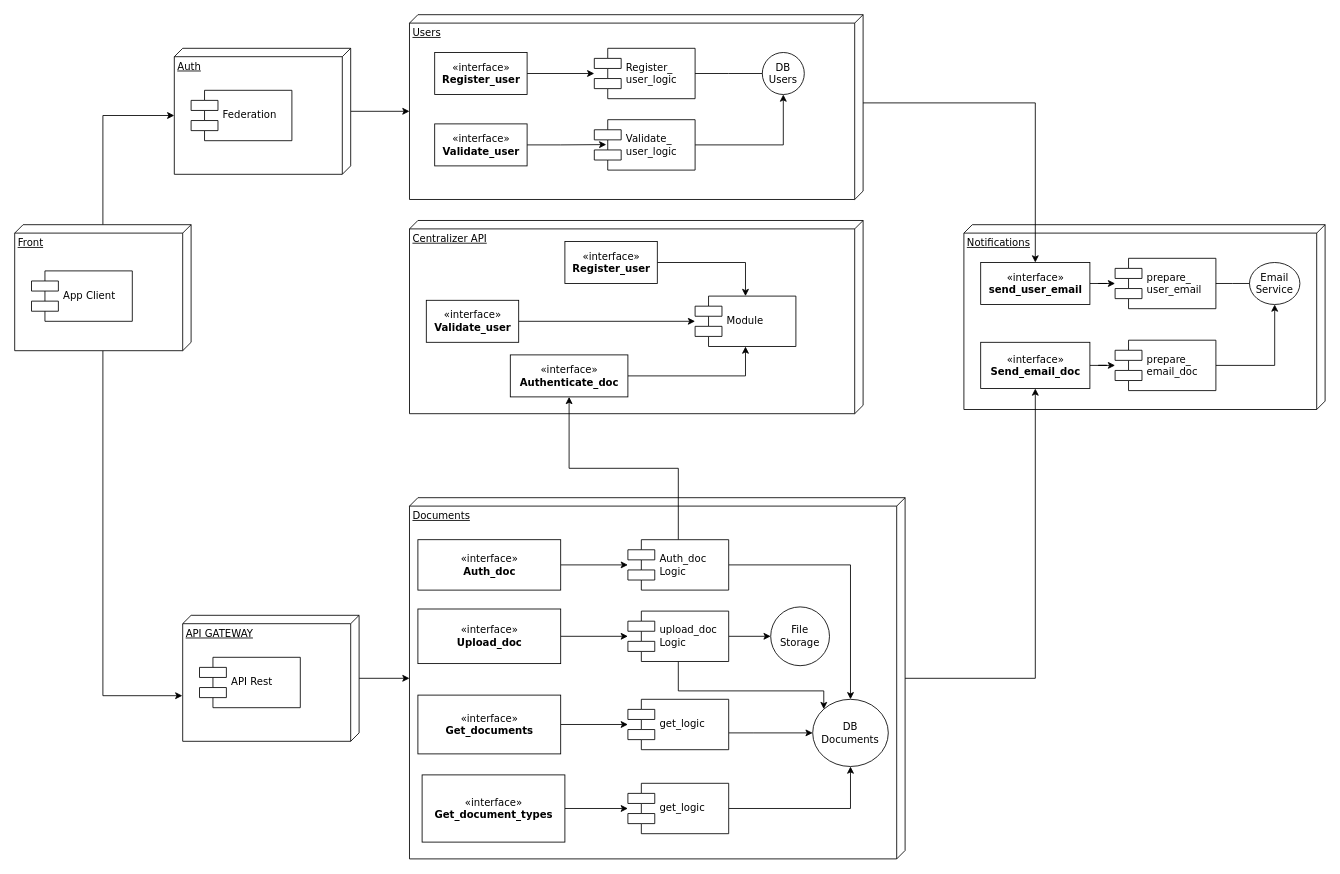
This is diagrams/componentes-folder-3000.drawio from DanielBL210/sd-carpeta-ciudadana, a draw.io file, before an edit. Source tidied: cells renumbered, new cells numbered last; positions are measured from the earlier drawing's top-left corner, leaving out a move shared by most shapes. Both pictures are drawn from the tidied source at 84%, with x=0, y=0 at pixel (14, 14).
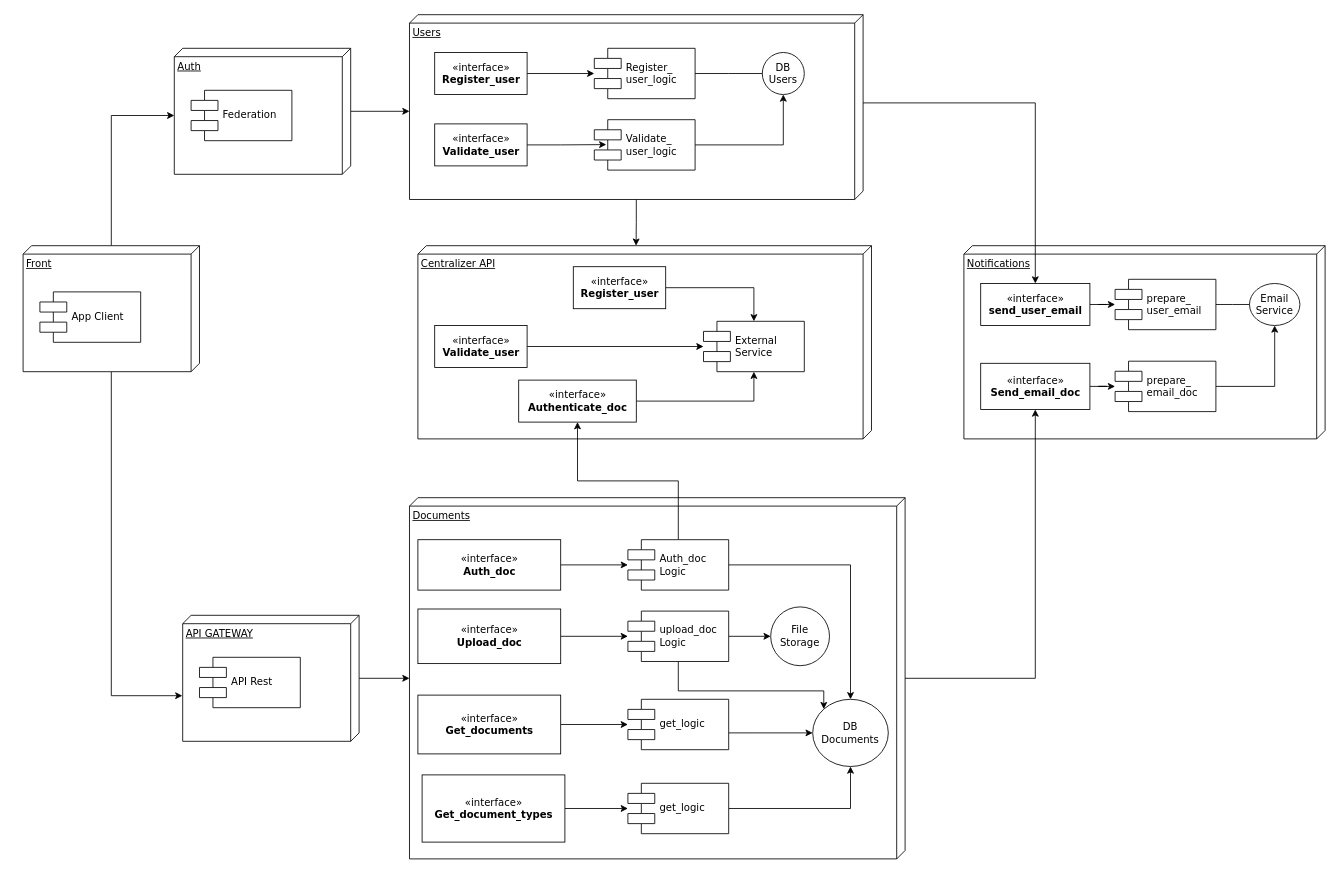
The same diagram, later.

Commit message (it also covers changes not shown here):
Se actualizan diagramas

The change refers to these unchanged cells:
```xml
<mxCell id="9" value="Users" style="verticalAlign=top;align=left;spacingTop=8;spacingLeft=2;spacingRight=12;shape=cube;size=10;direction=south;fontStyle=4;html=1;rounded=0;shadow=0;comic=0;labelBackgroundColor=none;strokeWidth=1;fontFamily=Verdana;fontSize=12;" parent="1" vertex="1">
  <mxGeometry x="470" width="540" height="220" as="geometry" />
</mxCell>
```

Change to the diagram source:
```diff
@@
     <mxCell id="4" value="Front" style="verticalAlign=top;align=left;spacingTop=8;spacingLeft=2;spacingRight=12;shape=cube;size=10;direction=south;fontStyle=4;html=1;rounded=0;shadow=0;comic=0;labelBackgroundColor=none;strokeWidth=1;fontFamily=Verdana;fontSize=12;" parent="1" vertex="1">
-      <mxGeometry y="250" width="210" height="150" as="geometry" />
+      <mxGeometry x="10" y="275" width="210" height="150" as="geometry" />
     </mxCell>
     <mxCell id="5" value="App Client" style="shape=component;align=left;spacingLeft=36;rounded=0;shadow=0;comic=0;labelBackgroundColor=none;strokeWidth=1;fontFamily=Verdana;fontSize=12;html=1;" parent="1" vertex="1">
-      <mxGeometry x="20" y="305" width="120" height="60" as="geometry" />
+      <mxGeometry x="30" y="330" width="120" height="60" as="geometry" />
     </mxCell>
@@
+    <mxCell id="63" style="edgeStyle=orthogonalEdgeStyle;rounded=0;jettySize=auto;html=1;entryX=0;entryY=0.519;entryDx=0;entryDy=0;entryPerimeter=0;" parent="1" edge="1" source="9" target="17">
+      <mxGeometry relative="1" as="geometry" />
+    </mxCell>
@@
     <mxCell id="17" value="Centralizer API" style="verticalAlign=top;align=left;spacingTop=8;spacingLeft=2;spacingRight=12;shape=cube;size=10;direction=south;fontStyle=4;html=1;rounded=0;shadow=0;comic=0;labelBackgroundColor=none;strokeWidth=1;fontFamily=Verdana;fontSize=12;" parent="1" vertex="1">
-      <mxGeometry x="470" y="245" width="540" height="230" as="geometry" />
+      <mxGeometry x="480" y="275" width="540" height="230" as="geometry" />
     </mxCell>
@@
     <mxCell id="19" value="«interface»&lt;br&gt;&lt;b&gt;Register_user&lt;/b&gt;" style="html=1;rounded=0;shadow=0;comic=0;labelBackgroundColor=none;strokeWidth=1;fontFamily=Verdana;fontSize=12;align=center;" parent="1" vertex="1">
-      <mxGeometry x="655" y="270" width="110" height="50" as="geometry" />
+      <mxGeometry x="665" y="300" width="110" height="50" as="geometry" />
     </mxCell>
-    <mxCell id="20" value="Module" style="shape=component;align=left;spacingLeft=36;rounded=0;shadow=0;comic=0;labelBackgroundColor=none;strokeWidth=1;fontFamily=Verdana;fontSize=12;html=1;" parent="1" vertex="1">
-      <mxGeometry x="810" y="335" width="120" height="60" as="geometry" />
+    <mxCell id="20" value="External &lt;br&gt;Service" style="shape=component;align=left;spacingLeft=36;rounded=0;shadow=0;comic=0;labelBackgroundColor=none;strokeWidth=1;fontFamily=Verdana;fontSize=12;html=1;" parent="1" vertex="1">
+      <mxGeometry x="820" y="365" width="120" height="60" as="geometry" />
     </mxCell>
@@
     <mxCell id="22" value="«interface»&lt;br&gt;&lt;b&gt;Validate_user&lt;/b&gt;" style="html=1;rounded=0;shadow=0;comic=0;labelBackgroundColor=none;strokeWidth=1;fontFamily=Verdana;fontSize=12;align=center;" parent="1" vertex="1">
-      <mxGeometry x="490" y="340" width="110" height="50" as="geometry" />
+      <mxGeometry x="500" y="370" width="110" height="50" as="geometry" />
     </mxCell>
@@
     <mxCell id="24" value="«interface»&lt;br&gt;&lt;b&gt;Authenticate_doc&lt;/b&gt;" style="html=1;rounded=0;shadow=0;comic=0;labelBackgroundColor=none;strokeWidth=1;fontFamily=Verdana;fontSize=12;align=center;" parent="1" vertex="1">
-      <mxGeometry x="590" y="405" width="140" height="50" as="geometry" />
+      <mxGeometry x="600" y="435" width="140" height="50" as="geometry" />
     </mxCell>
@@
     <mxCell id="47" value="Notifications" style="verticalAlign=top;align=left;spacingTop=8;spacingLeft=2;spacingRight=12;shape=cube;size=10;direction=south;fontStyle=4;html=1;rounded=0;shadow=0;comic=0;labelBackgroundColor=none;strokeWidth=1;fontFamily=Verdana;fontSize=12;" parent="1" vertex="1">
-      <mxGeometry x="1130" y="250" width="430" height="220" as="geometry" />
+      <mxGeometry x="1130" y="275" width="430" height="230" as="geometry" />
     </mxCell>
@@
     <mxCell id="49" value="«interface»&lt;br&gt;&lt;b&gt;send_user_email&lt;/b&gt;" style="html=1;rounded=0;shadow=0;comic=0;labelBackgroundColor=none;strokeWidth=1;fontFamily=Verdana;fontSize=12;align=center;" parent="1" vertex="1">
-      <mxGeometry x="1150" y="295" width="130" height="50" as="geometry" />
+      <mxGeometry x="1150" y="320" width="130" height="50" as="geometry" />
     </mxCell>
     <mxCell id="50" value="prepare_&lt;br&gt;user_email" style="shape=component;align=left;spacingLeft=36;rounded=0;shadow=0;comic=0;labelBackgroundColor=none;strokeWidth=1;fontFamily=Verdana;fontSize=12;html=1;" parent="1" vertex="1">
-      <mxGeometry x="1310" y="290" width="120" height="60" as="geometry" />
+      <mxGeometry x="1310" y="315" width="120" height="60" as="geometry" />
     </mxCell>
     <mxCell id="51" value="Email Service" style="ellipse;whiteSpace=wrap;html=1;rounded=0;shadow=0;comic=0;labelBackgroundColor=none;strokeWidth=1;fontFamily=Verdana;fontSize=12;align=center;" parent="1" vertex="1">
-      <mxGeometry x="1470" y="295" width="60" height="50" as="geometry" />
+      <mxGeometry x="1470" y="320" width="60" height="50" as="geometry" />
     </mxCell>
@@
     <mxCell id="54" value="«interface»&lt;br&gt;&lt;b&gt;Send_email_doc&lt;/b&gt;" style="html=1;rounded=0;shadow=0;comic=0;labelBackgroundColor=none;strokeWidth=1;fontFamily=Verdana;fontSize=12;align=center;" parent="1" vertex="1">
-      <mxGeometry x="1150" y="390" width="130" height="55" as="geometry" />
+      <mxGeometry x="1150" y="415" width="130" height="55" as="geometry" />
     </mxCell>
@@
     <mxCell id="58" value="prepare_&lt;br&gt;email_doc" style="shape=component;align=left;spacingLeft=36;rounded=0;shadow=0;comic=0;labelBackgroundColor=none;strokeWidth=1;fontFamily=Verdana;fontSize=12;html=1;" parent="1" vertex="1">
-      <mxGeometry x="1310" y="387.5" width="120" height="60" as="geometry" />
+      <mxGeometry x="1310" y="412.5" width="120" height="60" as="geometry" />
     </mxCell>
```
